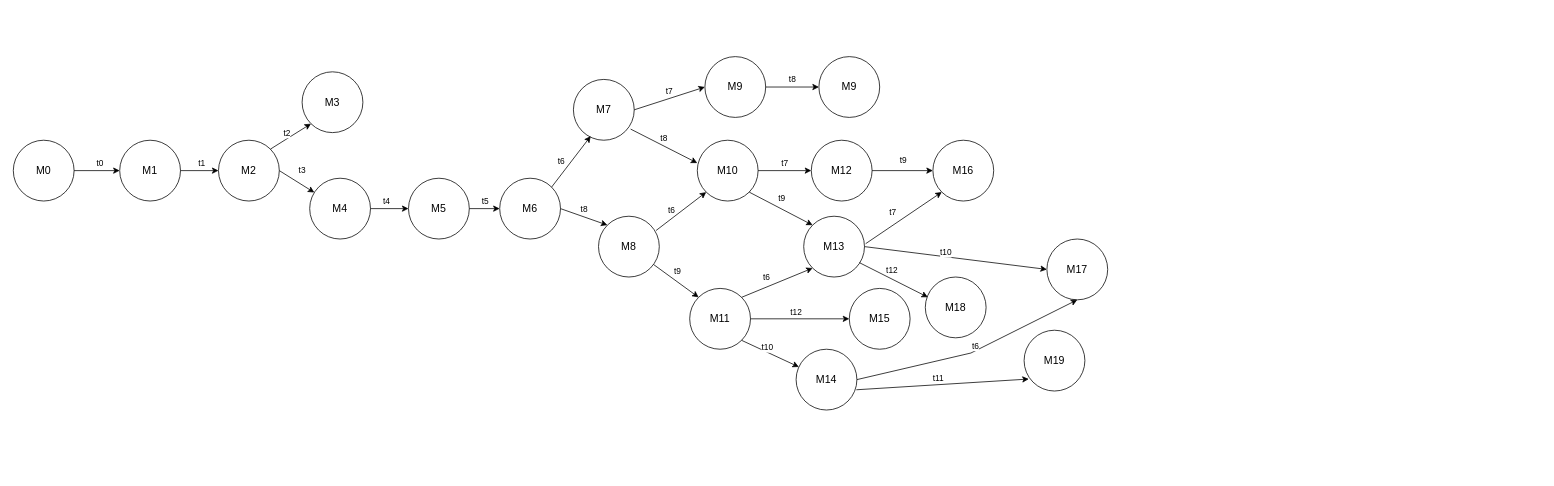
Above: Milestone 2 Erreichbarkeitsgraph.drawio in ALADIN847/ALADIN847 (draw.io), before the change. Source tidied: cells renumbered, new cells numbered last; positions are measured from the earlier drawing's top-left corner, leaving out a move shared by most shapes. Both pictures are drawn from the tidied source at 76%, with x=0, y=0 at pixel (13, 56).
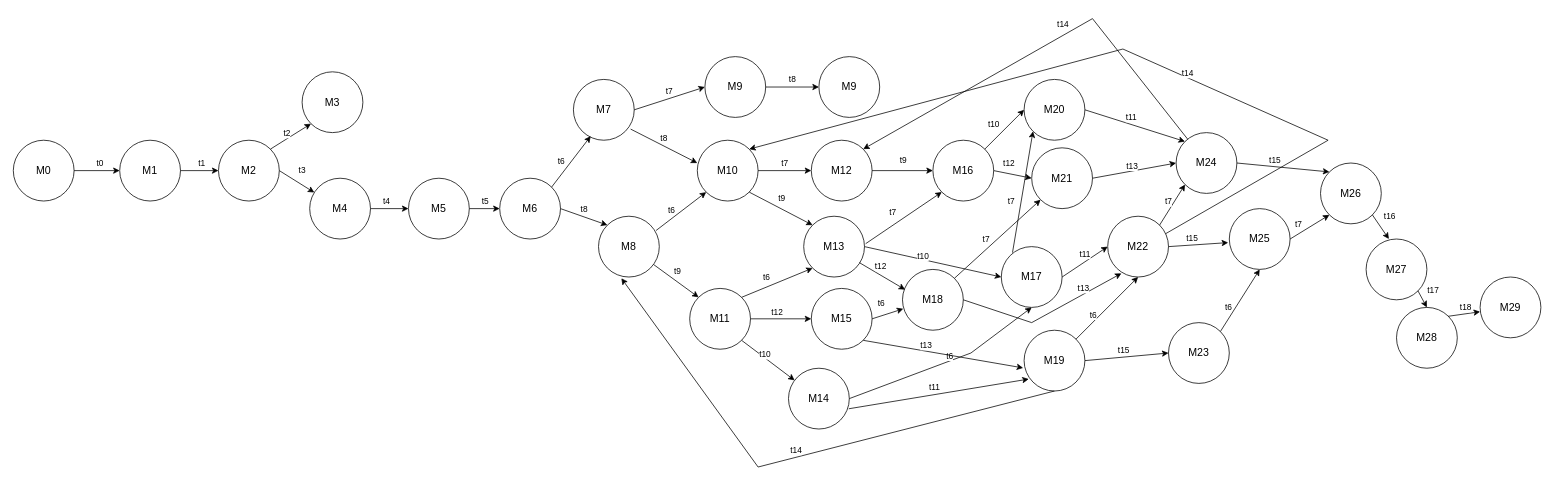
After the change.

Unchanged cells that the change refers to:
```xml
<mxCell id="24" value="&lt;font style=&quot;font-size: 14px;&quot;&gt;M8&lt;/font&gt;" style="ellipse;whiteSpace=wrap;html=1;" parent="1" vertex="1">
  <mxGeometry x="770" y="210" width="80" height="80" as="geometry" />
</mxCell>
<mxCell id="30" value="&lt;font style=&quot;font-size: 14px;&quot;&gt;M10&lt;/font&gt;" style="ellipse;whiteSpace=wrap;html=1;" parent="1" vertex="1">
  <mxGeometry x="900" y="110" width="80" height="80" as="geometry" />
</mxCell>
<mxCell id="41" value="&lt;font style=&quot;font-size: 14px;&quot;&gt;M12&lt;/font&gt;" style="ellipse;whiteSpace=wrap;html=1;" parent="1" vertex="1">
  <mxGeometry x="1050" y="110" width="80" height="80" as="geometry" />
</mxCell>
<mxCell id="55" value="&lt;font style=&quot;font-size: 14px;&quot;&gt;M16&lt;/font&gt;" style="ellipse;whiteSpace=wrap;html=1;" parent="1" vertex="1">
  <mxGeometry x="1210" y="110" width="80" height="80" as="geometry" />
</mxCell>
<mxCell id="68" value="&lt;font style=&quot;font-size: 14px;&quot;&gt;M19&lt;/font&gt;" style="ellipse;whiteSpace=wrap;html=1;" parent="1" vertex="1">
  <mxGeometry x="1330" y="360" width="80" height="80" as="geometry" />
</mxCell>
```

The edit, as a diff of the source:
```diff
@@
     <mxCell id="49" value="&lt;font style=&quot;font-size: 14px;&quot;&gt;M14&lt;/font&gt;" style="ellipse;whiteSpace=wrap;html=1;" parent="1" vertex="1">
-      <mxGeometry x="1030" y="385" width="80" height="80" as="geometry" />
+      <mxGeometry x="1020" y="410" width="80" height="80" as="geometry" />
     </mxCell>
@@
     <mxCell id="52" value="&lt;font style=&quot;font-size: 14px;&quot;&gt;M15&lt;/font&gt;" style="ellipse;whiteSpace=wrap;html=1;" parent="1" vertex="1">
-      <mxGeometry x="1100" y="305" width="80" height="80" as="geometry" />
+      <mxGeometry x="1050" y="305" width="80" height="80" as="geometry" />
     </mxCell>
@@
     <mxCell id="60" value="&lt;font style=&quot;font-size: 14px;&quot;&gt;M17&lt;/font&gt;" style="ellipse;whiteSpace=wrap;html=1;" parent="1" vertex="1">
-      <mxGeometry x="1360" y="240" width="80" height="80" as="geometry" />
+      <mxGeometry x="1300" y="250" width="80" height="80" as="geometry" />
     </mxCell>
     <mxCell id="61" value="&lt;font style=&quot;font-size: 14px;&quot;&gt;M18&lt;/font&gt;" style="ellipse;whiteSpace=wrap;html=1;" parent="1" vertex="1">
-      <mxGeometry x="1200" y="290" width="80" height="80" as="geometry" />
+      <mxGeometry x="1170" y="280" width="80" height="80" as="geometry" />
     </mxCell>
@@
+    <mxCell id="71" style="endArrow=classic;html=1;rounded=0;exitX=1;exitY=0.5;exitDx=0;exitDy=0;entryX=0.013;entryY=0.648;entryDx=0;entryDy=0;entryPerimeter=0;" parent="1" edge="1" source="52" target="61">
+      <mxGeometry relative="1" as="geometry" />
+    </mxCell>
+    <mxCell id="72" value="t6" style="edgeLabel;html=1;align=center;verticalAlign=middle;" parent="71" vertex="1">
+      <mxGeometry x="0.18" y="1" relative="1" as="geometry">
+        <mxPoint x="-12" y="-12" as="offset" />
+      </mxGeometry>
+    </mxCell>
+    <mxCell id="73" style="endArrow=classic;html=1;rounded=0;exitX=1;exitY=1;exitDx=0;exitDy=0;entryX=-0.015;entryY=0.62;entryDx=0;entryDy=0;entryPerimeter=0;" parent="1" edge="1" source="52" target="68">
+      <mxGeometry relative="1" as="geometry" />
+    </mxCell>
+    <mxCell id="74" value="t13" style="edgeLabel;html=1;align=center;verticalAlign=middle;" parent="73" vertex="1">
+      <mxGeometry x="0.18" y="1" relative="1" as="geometry">
+        <mxPoint x="-42" y="-14" as="offset" />
+      </mxGeometry>
+    </mxCell>
+    <mxCell id="75" value="&lt;font style=&quot;font-size: 14px;&quot;&gt;M20&lt;/font&gt;" style="ellipse;whiteSpace=wrap;html=1;" parent="1" vertex="1">
+      <mxGeometry x="1330" y="30" width="80" height="80" as="geometry" />
+    </mxCell>
+    <mxCell id="76" value="&lt;font style=&quot;font-size: 14px;&quot;&gt;M21&lt;/font&gt;" style="ellipse;whiteSpace=wrap;html=1;" parent="1" vertex="1">
+      <mxGeometry x="1340" y="120" width="80" height="80" as="geometry" />
+    </mxCell>
+    <mxCell id="77" style="endArrow=classic;html=1;rounded=0;exitX=1;exitY=0;exitDx=0;exitDy=0;entryX=0;entryY=0.5;entryDx=0;entryDy=0;" parent="1" edge="1" source="55" target="75">
+      <mxGeometry relative="1" as="geometry" />
+    </mxCell>
+    <mxCell id="78" value="t10" style="edgeLabel;html=1;align=center;verticalAlign=middle;" parent="77" vertex="1">
+      <mxGeometry y="2" relative="1" as="geometry">
+        <mxPoint x="-14" y="-6" as="offset" />
+      </mxGeometry>
+    </mxCell>
+    <mxCell id="79" style="endArrow=classic;html=1;rounded=0;exitX=1;exitY=0.5;exitDx=0;exitDy=0;entryX=0;entryY=0.5;entryDx=0;entryDy=0;" parent="1" edge="1" source="55" target="76">
+      <mxGeometry relative="1" as="geometry" />
+    </mxCell>
+    <mxCell id="80" value="t12" style="edgeLabel;html=1;align=center;verticalAlign=middle;" parent="79" vertex="1">
+      <mxGeometry y="2" relative="1" as="geometry">
+        <mxPoint x="-5" y="-13" as="offset" />
+      </mxGeometry>
+    </mxCell>
+    <mxCell id="81" style="endArrow=classic;html=1;rounded=0;exitX=0.184;exitY=0.099;exitDx=0;exitDy=0;entryX=0;entryY=1;entryDx=0;entryDy=0;exitPerimeter=0;" parent="1" edge="1" source="60" target="75">
+      <mxGeometry relative="1" as="geometry" />
+    </mxCell>
+    <mxCell id="82" value="t7" style="edgeLabel;html=1;align=center;verticalAlign=middle;" parent="81" vertex="1">
+      <mxGeometry y="2" relative="1" as="geometry">
+        <mxPoint x="-14" y="12" as="offset" />
+      </mxGeometry>
+    </mxCell>
+    <mxCell id="83" value="&lt;font style=&quot;font-size: 14px;&quot;&gt;M22&lt;/font&gt;" style="ellipse;whiteSpace=wrap;html=1;" parent="1" vertex="1">
+      <mxGeometry x="1440" y="210" width="80" height="80" as="geometry" />
+    </mxCell>
+    <mxCell id="84" style="endArrow=classic;html=1;rounded=0;exitX=1;exitY=0.5;exitDx=0;exitDy=0;entryX=0;entryY=0.5;entryDx=0;entryDy=0;" parent="1" edge="1" source="60" target="83">
+      <mxGeometry relative="1" as="geometry" />
+    </mxCell>
+    <mxCell id="85" value="t11" style="edgeLabel;html=1;align=center;verticalAlign=middle;" parent="84" vertex="1">
+      <mxGeometry x="0.2" y="2" relative="1" as="geometry">
+        <mxPoint x="-5" y="-5" as="offset" />
+      </mxGeometry>
+    </mxCell>
+    <mxCell id="86" style="endArrow=classic;html=1;rounded=0;exitX=1;exitY=0;exitDx=0;exitDy=0;entryX=0;entryY=1;entryDx=0;entryDy=0;" parent="1" edge="1" source="61" target="76">
+      <mxGeometry relative="1" as="geometry" />
+    </mxCell>
+    <mxCell id="87" value="t7" style="edgeLabel;html=1;align=center;verticalAlign=middle;" parent="86" vertex="1">
+      <mxGeometry x="-0.11" relative="1" as="geometry">
+        <mxPoint x="-9" y="-5" as="offset" />
+      </mxGeometry>
+    </mxCell>
+    <mxCell id="88" style="endArrow=classic;html=1;rounded=0;exitX=1;exitY=0.5;exitDx=0;exitDy=0;entryX=0.226;entryY=0.94;entryDx=0;entryDy=0;entryPerimeter=0;" parent="1" edge="1" source="61" target="83">
+      <mxGeometry relative="1" as="geometry">
+        <Array as="points">
+          <mxPoint x="1340" y="350" />
+        </Array>
+      </mxGeometry>
+    </mxCell>
+    <mxCell id="89" value="t13" style="edgeLabel;html=1;align=center;verticalAlign=middle;" parent="88" vertex="1">
+      <mxGeometry x="0.5" relative="1" as="geometry">
+        <mxPoint y="-8" as="offset" />
+      </mxGeometry>
+    </mxCell>
+    <mxCell id="90" style="endArrow=classic;html=1;rounded=0;exitX=1;exitY=0;exitDx=0;exitDy=0;entryX=0.5;entryY=1;entryDx=0;entryDy=0;" parent="1" edge="1" source="68" target="83">
+      <mxGeometry relative="1" as="geometry" />
+    </mxCell>
+    <mxCell id="91" value="t6" style="edgeLabel;html=1;align=center;verticalAlign=middle;" parent="90" vertex="1">
+      <mxGeometry x="-0.21" relative="1" as="geometry">
+        <mxPoint x="-10" as="offset" />
+      </mxGeometry>
+    </mxCell>
+    <mxCell id="92" style="endArrow=classic;html=1;rounded=0;exitX=0.5;exitY=1;exitDx=0;exitDy=0;entryX=0.376;entryY=1.02;entryDx=0;entryDy=0;entryPerimeter=0;" parent="1" edge="1" source="68" target="24">
+      <mxGeometry relative="1" as="geometry">
+        <Array as="points">
+          <mxPoint x="980" y="540" />
+        </Array>
+      </mxGeometry>
+    </mxCell>
+    <mxCell id="93" value="t14" style="edgeLabel;html=1;align=center;verticalAlign=middle;" parent="92" vertex="1">
+      <mxGeometry x="-0.11" y="-1" relative="1" as="geometry">
+        <mxPoint x="-34" as="offset" />
+      </mxGeometry>
+    </mxCell>
+    <mxCell id="94" value="&lt;font style=&quot;font-size: 14px;&quot;&gt;M23&lt;/font&gt;" style="ellipse;whiteSpace=wrap;html=1;" parent="1" vertex="1">
+      <mxGeometry x="1520" y="350" width="80" height="80" as="geometry" />
+    </mxCell>
+    <mxCell id="95" style="endArrow=classic;html=1;rounded=0;exitX=1;exitY=0.5;exitDx=0;exitDy=0;entryX=0;entryY=0.5;entryDx=0;entryDy=0;" parent="1" edge="1" source="68" target="94">
+      <mxGeometry relative="1" as="geometry" />
+    </mxCell>
+    <mxCell id="96" value="t15" style="edgeLabel;html=1;align=center;verticalAlign=middle;" parent="95" vertex="1">
+      <mxGeometry x="0.16" y="2" relative="1" as="geometry">
+        <mxPoint x="-13" y="-7" as="offset" />
+      </mxGeometry>
+    </mxCell>
+    <mxCell id="97" value="&lt;font style=&quot;font-size: 14px;&quot;&gt;M24&lt;/font&gt;" style="ellipse;whiteSpace=wrap;html=1;" parent="1" vertex="1">
+      <mxGeometry x="1530" y="100" width="80" height="80" as="geometry" />
+    </mxCell>
+    <mxCell id="98" style="endArrow=classic;html=1;rounded=0;exitX=1;exitY=0.5;exitDx=0;exitDy=0;entryX=0;entryY=0;entryDx=0;entryDy=0;" parent="1" edge="1" source="75" target="97">
+      <mxGeometry relative="1" as="geometry" />
+    </mxCell>
+    <mxCell id="99" value="t11" style="edgeLabel;html=1;align=center;verticalAlign=middle;" parent="98" vertex="1">
+      <mxGeometry x="-0.15" y="1" relative="1" as="geometry">
+        <mxPoint x="4" y="-7" as="offset" />
+      </mxGeometry>
+    </mxCell>
+    <mxCell id="100" style="endArrow=classic;html=1;rounded=0;exitX=1;exitY=0.5;exitDx=0;exitDy=0;entryX=0;entryY=0.5;entryDx=0;entryDy=0;" parent="1" edge="1" source="76" target="97">
+      <mxGeometry relative="1" as="geometry" />
+    </mxCell>
+    <mxCell id="101" value="t13" style="edgeLabel;html=1;align=center;verticalAlign=middle;" parent="100" vertex="1">
+      <mxGeometry x="-0.15" y="1" relative="1" as="geometry">
+        <mxPoint x="4" y="-7" as="offset" />
+      </mxGeometry>
+    </mxCell>
+    <mxCell id="102" style="endArrow=classic;html=1;rounded=0;exitX=1;exitY=0;exitDx=0;exitDy=0;entryX=0;entryY=1;entryDx=0;entryDy=0;" parent="1" edge="1" source="83" target="97">
+      <mxGeometry relative="1" as="geometry" />
+    </mxCell>
+    <mxCell id="103" value="t7" style="edgeLabel;html=1;align=center;verticalAlign=middle;" parent="102" vertex="1">
+      <mxGeometry x="-0.15" y="1" relative="1" as="geometry">
+        <mxPoint x="-2" y="-8" as="offset" />
+      </mxGeometry>
+    </mxCell>
+    <mxCell id="104" value="&lt;font style=&quot;font-size: 14px;&quot;&gt;M25&lt;/font&gt;" style="ellipse;whiteSpace=wrap;html=1;" parent="1" vertex="1">
+      <mxGeometry x="1600" y="200" width="80" height="80" as="geometry" />
+    </mxCell>
+    <mxCell id="105" style="endArrow=classic;html=1;rounded=0;exitX=1;exitY=0.5;exitDx=0;exitDy=0;entryX=-0.018;entryY=0.559;entryDx=0;entryDy=0;entryPerimeter=0;" parent="1" edge="1" source="83" target="104">
+      <mxGeometry relative="1" as="geometry" />
+    </mxCell>
+    <mxCell id="106" value="t15" style="edgeLabel;html=1;align=center;verticalAlign=middle;" parent="105" vertex="1">
+      <mxGeometry x="-0.15" y="1" relative="1" as="geometry">
+        <mxPoint x="-2" y="-8" as="offset" />
+      </mxGeometry>
+    </mxCell>
+    <mxCell id="107" style="endArrow=classic;html=1;rounded=0;exitX=0.952;exitY=0.288;exitDx=0;exitDy=0;entryX=1;entryY=0;entryDx=0;entryDy=0;exitPerimeter=0;" parent="1" edge="1" source="83" target="30">
+      <mxGeometry relative="1" as="geometry">
+        <Array as="points">
+          <mxPoint x="1730" y="110" />
+          <mxPoint x="1460" y="-10" />
+        </Array>
+      </mxGeometry>
+    </mxCell>
+    <mxCell id="108" value="t14" style="edgeLabel;html=1;align=center;verticalAlign=middle;" parent="107" vertex="1">
+      <mxGeometry x="-0.15" y="1" relative="1" as="geometry">
+        <mxPoint x="-2" y="-8" as="offset" />
+      </mxGeometry>
+    </mxCell>
+    <mxCell id="109" style="endArrow=classic;html=1;rounded=0;exitX=1;exitY=0;exitDx=0;exitDy=0;entryX=0.5;entryY=1;entryDx=0;entryDy=0;" parent="1" edge="1" source="94" target="104">
+      <mxGeometry relative="1" as="geometry" />
+    </mxCell>
+    <mxCell id="110" value="t6" style="edgeLabel;html=1;align=center;verticalAlign=middle;" parent="109" vertex="1">
+      <mxGeometry x="-0.21" relative="1" as="geometry">
+        <mxPoint x="-10" as="offset" />
+      </mxGeometry>
+    </mxCell>
+    <mxCell id="111" value="&lt;font style=&quot;font-size: 14px;&quot;&gt;M26&lt;/font&gt;" style="ellipse;whiteSpace=wrap;html=1;" parent="1" vertex="1">
+      <mxGeometry x="1720" y="140" width="80" height="80" as="geometry" />
+    </mxCell>
+    <mxCell id="112" style="endArrow=classic;html=1;rounded=0;exitX=1;exitY=0.5;exitDx=0;exitDy=0;entryX=0;entryY=0;entryDx=0;entryDy=0;" parent="1" edge="1" source="97" target="111">
+      <mxGeometry relative="1" as="geometry" />
+    </mxCell>
+    <mxCell id="113" value="t15" style="edgeLabel;html=1;align=center;verticalAlign=middle;" parent="112" vertex="1">
+      <mxGeometry x="-0.15" y="1" relative="1" as="geometry">
+        <mxPoint x="-2" y="-8" as="offset" />
+      </mxGeometry>
+    </mxCell>
+    <mxCell id="114" style="endArrow=classic;html=1;rounded=0;entryX=1;entryY=0;entryDx=0;entryDy=0;" parent="1" edge="1" source="97" target="41">
+      <mxGeometry relative="1" as="geometry">
+        <Array as="points">
+          <mxPoint x="1420" y="-50" />
+        </Array>
+      </mxGeometry>
+    </mxCell>
+    <mxCell id="115" value="t14" style="edgeLabel;html=1;align=center;verticalAlign=middle;" parent="114" vertex="1">
+      <mxGeometry x="-0.2" y="-1" relative="1" as="geometry">
+        <mxPoint x="-23" as="offset" />
+      </mxGeometry>
+    </mxCell>
+    <mxCell id="116" style="endArrow=classic;html=1;rounded=0;exitX=1;exitY=0.5;exitDx=0;exitDy=0;entryX=0;entryY=1;entryDx=0;entryDy=0;" parent="1" edge="1" source="104" target="111">
+      <mxGeometry relative="1" as="geometry" />
+    </mxCell>
+    <mxCell id="117" value="t7" style="edgeLabel;html=1;align=center;verticalAlign=middle;" parent="116" vertex="1">
+      <mxGeometry x="-0.21" relative="1" as="geometry">
+        <mxPoint x="-10" y="-7" as="offset" />
+      </mxGeometry>
+    </mxCell>
+    <mxCell id="118" value="&lt;font style=&quot;font-size: 14px;&quot;&gt;M27&lt;/font&gt;" style="ellipse;whiteSpace=wrap;html=1;" parent="1" vertex="1">
+      <mxGeometry x="1780" y="240" width="80" height="80" as="geometry" />
+    </mxCell>
+    <mxCell id="119" style="endArrow=classic;html=1;rounded=0;exitX=1;exitY=1;exitDx=0;exitDy=0;entryX=0.375;entryY=0;entryDx=0;entryDy=0;entryPerimeter=0;" parent="1" edge="1" source="111" target="118">
+      <mxGeometry relative="1" as="geometry" />
+    </mxCell>
+    <mxCell id="120" value="t16" style="edgeLabel;html=1;align=center;verticalAlign=middle;" parent="119" vertex="1">
+      <mxGeometry x="-0.41" y="1" relative="1" as="geometry">
+        <mxPoint x="15" y="-7" as="offset" />
+      </mxGeometry>
+    </mxCell>
+    <mxCell id="121" value="&lt;font style=&quot;font-size: 14px;&quot;&gt;M28&lt;/font&gt;" style="ellipse;whiteSpace=wrap;html=1;" parent="1" vertex="1">
+      <mxGeometry x="1820" y="330" width="80" height="80" as="geometry" />
+    </mxCell>
+    <mxCell id="122" style="endArrow=classic;html=1;rounded=0;exitX=1;exitY=1;exitDx=0;exitDy=0;entryX=0.5;entryY=0;entryDx=0;entryDy=0;" parent="1" edge="1" source="118" target="121">
+      <mxGeometry relative="1" as="geometry" />
+    </mxCell>
+    <mxCell id="123" value="t17" style="edgeLabel;html=1;align=center;verticalAlign=middle;" parent="122" vertex="1">
+      <mxGeometry x="-0.41" y="1" relative="1" as="geometry">
+        <mxPoint x="15" y="-7" as="offset" />
+      </mxGeometry>
+    </mxCell>
+    <mxCell id="124" value="&lt;font style=&quot;font-size: 14px;&quot;&gt;M29&lt;/font&gt;" style="ellipse;whiteSpace=wrap;html=1;" parent="1" vertex="1">
+      <mxGeometry x="1930" y="290" width="80" height="80" as="geometry" />
+    </mxCell>
+    <mxCell id="125" style="endArrow=classic;html=1;rounded=0;exitX=1;exitY=0;exitDx=0;exitDy=0;" parent="1" edge="1">
+      <mxGeometry relative="1" as="geometry">
+        <mxPoint x="1887.9" y="341.7" as="sourcePoint" />
+        <mxPoint x="1930" y="335.7" as="targetPoint" />
+      </mxGeometry>
+    </mxCell>
+    <mxCell id="126" value="t18" style="edgeLabel;html=1;align=center;verticalAlign=middle;" parent="125" vertex="1">
+      <mxGeometry x="-0.41" y="1" relative="1" as="geometry">
+        <mxPoint x="10" y="-9" as="offset" />
+      </mxGeometry>
+    </mxCell>
```
